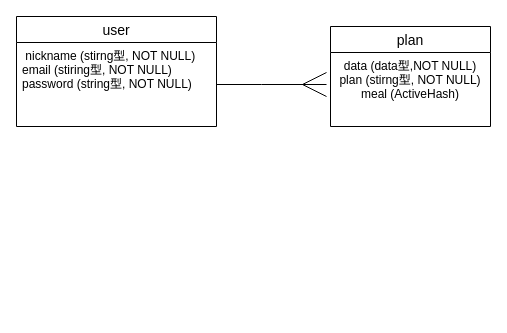
This is ER.dio from rei-01-18/eatcalendar, a draw.io file, before an edit. Source tidied: cells renumbered, new cells numbered last; positions are measured from the earlier drawing's top-left corner, leaving out a move shared by most shapes. Both pictures are drawn from the tidied source at 100%, with x=0, y=0 at pixel (16, 16).
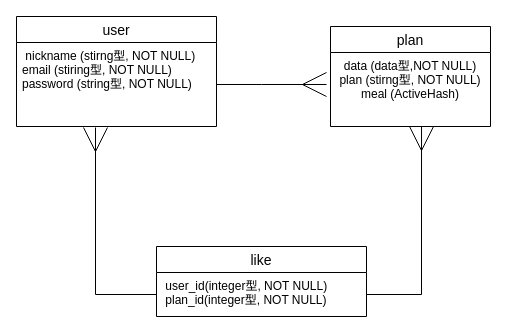
After the change.

Diff of the diagram source:
```diff
@@
 <mxGraphModel>
   <root>
     <mxCell id="0" />
     <mxCell id="1" parent="0" />
     <mxCell id="2" value="user" style="swimlane;fontStyle=0;horizontal=1;startSize=26;align=center;fontSize=14;" parent="1" vertex="1">
       <mxGeometry width="200" height="110" as="geometry" />
     </mxCell>
     <mxCell id="3" value=" nickname (stirng型, NOT NULL)&#10;email (stiring型, NOT NULL)&#10;password (string型, NOT NULL)&#10;" style="text;strokeColor=none;fillColor=none;spacingLeft=4;spacingRight=4;overflow=hidden;points=[[0,0.5],[1,0.5]];portConstraint=eastwest;fontSize=12;" parent="2" vertex="1">
       <mxGeometry y="26" width="200" height="84" as="geometry" />
     </mxCell>
     <mxCell id="4" value="plan" style="swimlane;fontStyle=0;horizontal=1;startSize=26;align=center;fontSize=14;" parent="1" vertex="1">
       <mxGeometry x="314" y="10" width="160" height="100" as="geometry" />
     </mxCell>
     <mxCell id="5" value="data (data型,NOT NULL)&#10;plan (stirng型, NOT NULL)&#10;meal (ActiveHash)&#10; " style="text;strokeColor=none;fillColor=none;spacingLeft=4;spacingRight=4;overflow=hidden;points=[[0,0.5],[1,0.5]];portConstraint=eastwest;fontSize=12;align=center;" parent="4" vertex="1">
       <mxGeometry y="26" width="160" height="74" as="geometry" />
     </mxCell>
     <mxCell id="6" style="edgeStyle=orthogonalEdgeStyle;rounded=0;jettySize=auto;html=1;endArrow=ERmany;endFill=0;jumpSize=5;endSize=22;startSize=19;" parent="1" edge="1" source="3">
       <mxGeometry relative="1" as="geometry">
         <mxPoint x="310" y="68" as="targetPoint" />
       </mxGeometry>
     </mxCell>
+    <mxCell id="7" value="like" style="swimlane;fontStyle=0;horizontal=1;startSize=26;align=center;fontSize=14;" parent="1" vertex="1">
+      <mxGeometry x="140" y="230" width="210" height="70" as="geometry" />
+    </mxCell>
+    <mxCell id="8" value=" user_id(integer型, NOT NULL)&#10; plan_id(integer型, NOT NULL)" style="text;strokeColor=none;fillColor=none;spacingLeft=4;spacingRight=4;overflow=hidden;points=[[0,0.5],[1,0.5]];portConstraint=eastwest;fontSize=12;" parent="7" vertex="1">
+      <mxGeometry y="26" width="210" height="44" as="geometry" />
+    </mxCell>
+    <mxCell id="9" style="edgeStyle=orthogonalEdgeStyle;rounded=0;jettySize=auto;html=1;exitX=0;exitY=0.5;exitDx=0;exitDy=0;entryX=0.395;entryY=1.012;entryDx=0;entryDy=0;entryPerimeter=0;endArrow=ERmany;endFill=0;endSize=22;" parent="1" edge="1" source="8" target="3">
+      <mxGeometry relative="1" as="geometry" />
+    </mxCell>
+    <mxCell id="10" style="edgeStyle=orthogonalEdgeStyle;rounded=0;jettySize=auto;html=1;exitX=1;exitY=0.5;exitDx=0;exitDy=0;entryX=0.569;entryY=1;entryDx=0;entryDy=0;entryPerimeter=0;endArrow=ERmany;endFill=0;endSize=22;" parent="1" edge="1" source="8" target="5">
+      <mxGeometry relative="1" as="geometry" />
+    </mxCell>
   </root>
 </mxGraphModel>
```
